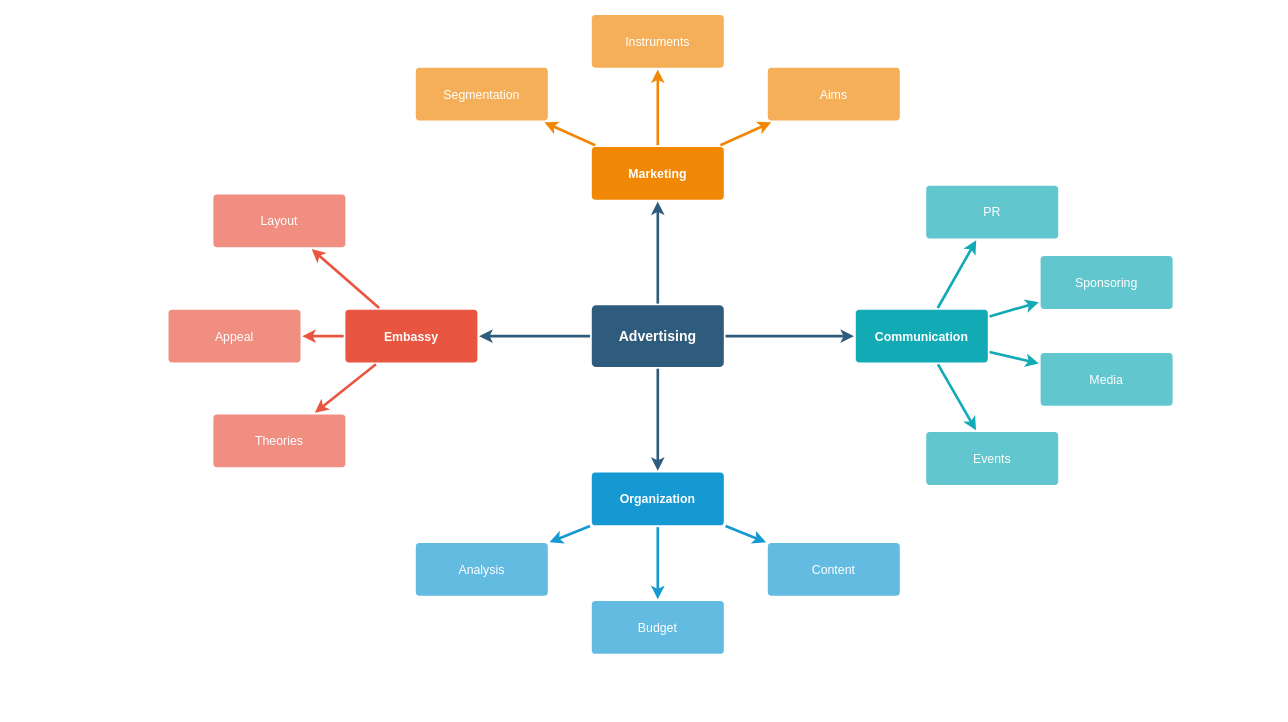
Above: Untitled Diagram.drawio in mcjoseph789/mascotas_app (draw.io), before the change. Source tidied: cells renumbered, new cells numbered last; positions are measured from the earlier drawing's top-left corner, leaving out a move shared by most shapes. Both pictures are drawn from the tidied source at 88%, with x=0, y=0 at pixel (168, 14).
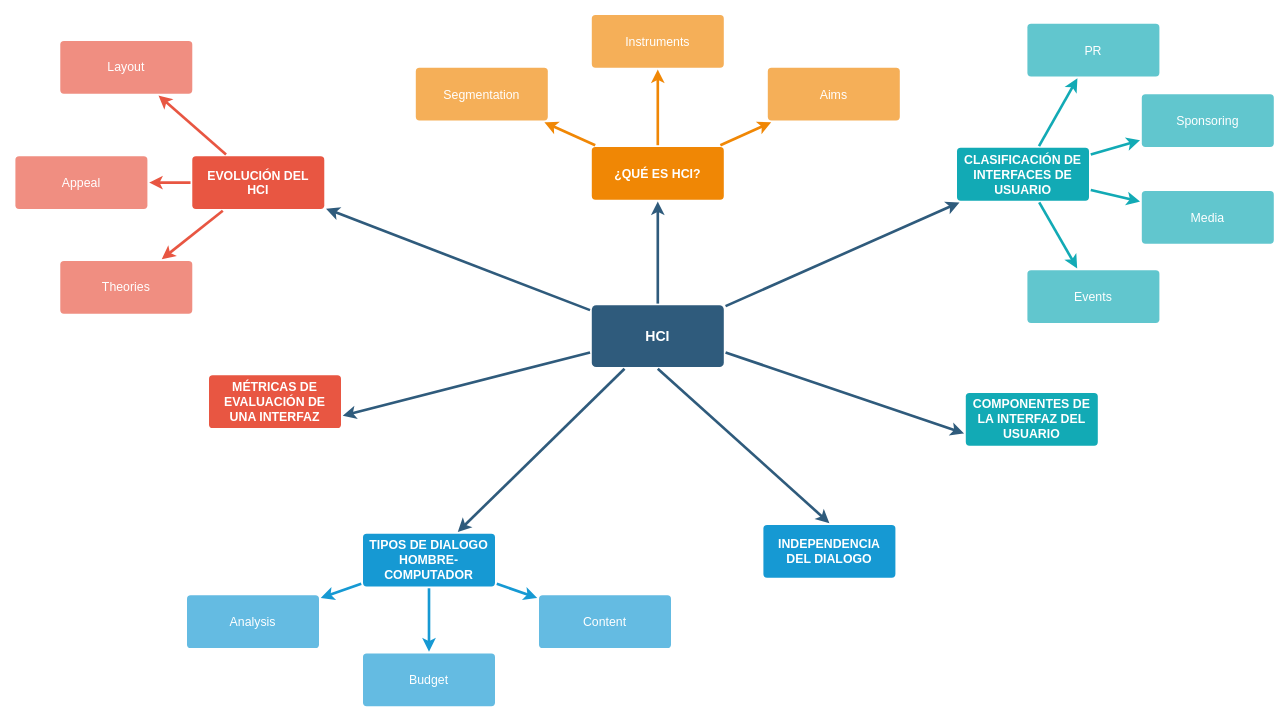
The same page after the edit.

Change to the diagram source:
```diff
@@
-    <mxCell id="6" value="Advertising" style="rounded=1;whiteSpace=wrap;html=1;shadow=0;labelBackgroundColor=none;strokeColor=none;strokeWidth=3;fillColor=#2F5B7C;fontFamily=Helvetica;fontSize=16;fontColor=#FFFFFF;align=center;fontStyle=1;spacing=5;arcSize=7;perimeterSpacing=2;" parent="1" vertex="1">
+    <mxCell id="6" value="HCI" style="rounded=1;whiteSpace=wrap;html=1;shadow=0;labelBackgroundColor=none;strokeColor=none;strokeWidth=3;fillColor=#2F5B7C;fontFamily=Helvetica;fontSize=16;fontColor=#FFFFFF;align=center;fontStyle=1;spacing=5;arcSize=7;perimeterSpacing=2;" parent="1" vertex="1">
       <mxGeometry x="481" y="330.5" width="150" height="70" as="geometry" />
     </mxCell>
@@
-    <mxCell id="10" value="Embassy" style="rounded=1;whiteSpace=wrap;html=1;shadow=0;labelBackgroundColor=none;strokeColor=none;strokeWidth=3;fillColor=#e85642;fontFamily=Helvetica;fontSize=14;fontColor=#FFFFFF;align=center;spacing=5;fontStyle=1;arcSize=7;perimeterSpacing=2;" parent="1" vertex="1">
-      <mxGeometry x="201" y="335.5" width="150" height="60" as="geometry" />
+    <mxCell id="10" value="EVOLUCIÓN DEL HCI" style="rounded=1;whiteSpace=wrap;html=1;shadow=0;labelBackgroundColor=none;strokeColor=none;strokeWidth=3;fillColor=#e85642;fontFamily=Helvetica;fontSize=14;fontColor=#FFFFFF;align=center;spacing=5;fontStyle=1;arcSize=7;perimeterSpacing=2;" parent="1" vertex="1">
+      <mxGeometry x="27" y="161" width="150" height="60" as="geometry" />
     </mxCell>
     <mxCell id="11" value="Theories" style="rounded=1;whiteSpace=wrap;html=1;shadow=0;labelBackgroundColor=none;strokeColor=none;strokeWidth=3;fillColor=#f08e81;fontFamily=Helvetica;fontSize=14;fontColor=#FFFFFF;align=center;spacing=5;fontStyle=0;arcSize=7;perimeterSpacing=2;" parent="1" vertex="1">
-      <mxGeometry x="51" y="454.5" width="150" height="60" as="geometry" />
+      <mxGeometry x="-123" y="280" width="150" height="60" as="geometry" />
     </mxCell>
     <mxCell id="12" value="Appeal" style="rounded=1;whiteSpace=wrap;html=1;shadow=0;labelBackgroundColor=none;strokeColor=none;strokeWidth=3;fillColor=#f08e81;fontFamily=Helvetica;fontSize=14;fontColor=#FFFFFF;align=center;spacing=5;fontStyle=0;arcSize=7;perimeterSpacing=2;" parent="1" vertex="1">
-      <mxGeometry y="335.5" width="150" height="60" as="geometry" />
+      <mxGeometry x="-174" y="161" width="150" height="60" as="geometry" />
     </mxCell>
     <mxCell id="13" value="Layout" style="rounded=1;whiteSpace=wrap;html=1;shadow=0;labelBackgroundColor=none;strokeColor=none;strokeWidth=3;fillColor=#f08e81;fontFamily=Helvetica;fontSize=14;fontColor=#FFFFFF;align=center;spacing=5;fontStyle=0;arcSize=7;perimeterSpacing=2;" parent="1" vertex="1">
-      <mxGeometry x="51" y="204.5" width="150" height="60" as="geometry" />
+      <mxGeometry x="-123" y="30" width="150" height="60" as="geometry" />
     </mxCell>
@@
-    <mxCell id="17" value="Organization" style="rounded=1;whiteSpace=wrap;html=1;shadow=0;labelBackgroundColor=none;strokeColor=none;strokeWidth=3;fillColor=#1699d3;fontFamily=Helvetica;fontSize=14;fontColor=#FFFFFF;align=center;spacing=5;fontStyle=1;arcSize=7;perimeterSpacing=2;" parent="1" vertex="1">
-      <mxGeometry x="481" y="520.5" width="150" height="60" as="geometry" />
+    <mxCell id="17" value="TIPOS DE DIALOGO HOMBRE-COMPUTADOR" style="rounded=1;whiteSpace=wrap;html=1;shadow=0;labelBackgroundColor=none;strokeColor=none;strokeWidth=3;fillColor=#1699d3;fontFamily=Helvetica;fontSize=14;fontColor=#FFFFFF;align=center;spacing=5;fontStyle=1;arcSize=7;perimeterSpacing=2;" parent="1" vertex="1">
+      <mxGeometry x="221" y="590" width="150" height="60" as="geometry" />
     </mxCell>
     <mxCell id="18" value="Content" style="rounded=1;whiteSpace=wrap;html=1;shadow=0;labelBackgroundColor=none;strokeColor=none;strokeWidth=3;fillColor=#64bbe2;fontFamily=Helvetica;fontSize=14;fontColor=#FFFFFF;align=center;spacing=5;arcSize=7;perimeterSpacing=2;" parent="1" vertex="1">
-      <mxGeometry x="681" y="600.5" width="150" height="60" as="geometry" />
+      <mxGeometry x="421" y="660" width="150" height="60" as="geometry" />
     </mxCell>
     <mxCell id="19" value="Budget" style="rounded=1;whiteSpace=wrap;html=1;shadow=0;labelBackgroundColor=none;strokeColor=none;strokeWidth=3;fillColor=#64bbe2;fontFamily=Helvetica;fontSize=14;fontColor=#FFFFFF;align=center;spacing=5;arcSize=7;perimeterSpacing=2;" parent="1" vertex="1">
-      <mxGeometry x="481" y="666.5" width="150" height="60" as="geometry" />
+      <mxGeometry x="221" y="726" width="150" height="60" as="geometry" />
     </mxCell>
     <mxCell id="20" value="Analysis" style="rounded=1;whiteSpace=wrap;html=1;shadow=0;labelBackgroundColor=none;strokeColor=none;strokeWidth=3;fillColor=#64bbe2;fontFamily=Helvetica;fontSize=14;fontColor=#FFFFFF;align=center;spacing=5;arcSize=7;perimeterSpacing=2;" parent="1" vertex="1">
-      <mxGeometry x="281" y="600.5" width="150" height="60" as="geometry" />
+      <mxGeometry x="21" y="660" width="150" height="60" as="geometry" />
     </mxCell>
-    <mxCell id="21" value="Marketing" style="rounded=1;whiteSpace=wrap;html=1;shadow=0;labelBackgroundColor=none;strokeColor=none;strokeWidth=3;fillColor=#F08705;fontFamily=Helvetica;fontSize=14;fontColor=#FFFFFF;align=center;spacing=5;fontStyle=1;arcSize=7;perimeterSpacing=2;" parent="1" vertex="1">
+    <mxCell id="21" value="¿QUÉ ES HCI?" style="rounded=1;whiteSpace=wrap;html=1;shadow=0;labelBackgroundColor=none;strokeColor=none;strokeWidth=3;fillColor=#F08705;fontFamily=Helvetica;fontSize=14;fontColor=#FFFFFF;align=center;spacing=5;fontStyle=1;arcSize=7;perimeterSpacing=2;" parent="1" vertex="1">
       <mxGeometry x="481" y="150.5" width="150" height="60" as="geometry" />
     </mxCell>
@@
-    <mxCell id="28" value="Communication" style="rounded=1;whiteSpace=wrap;html=1;shadow=0;labelBackgroundColor=none;strokeColor=none;strokeWidth=3;fillColor=#12aab5;fontFamily=Helvetica;fontSize=14;fontColor=#FFFFFF;align=center;spacing=5;fontStyle=1;arcSize=7;perimeterSpacing=2;" parent="1" vertex="1">
-      <mxGeometry x="781" y="335.5" width="150" height="60" as="geometry" />
+    <mxCell id="28" value="CLASIFICACIÓN DE INTERFACES DE USUARIO" style="rounded=1;whiteSpace=wrap;html=1;shadow=0;labelBackgroundColor=none;strokeColor=none;strokeWidth=3;fillColor=#12aab5;fontFamily=Helvetica;fontSize=14;fontColor=#FFFFFF;align=center;spacing=5;fontStyle=1;arcSize=7;perimeterSpacing=2;" parent="1" vertex="1">
+      <mxGeometry x="896" y="151.5" width="150" height="60" as="geometry" />
     </mxCell>
     <mxCell id="29" value="Events" style="rounded=1;whiteSpace=wrap;html=1;shadow=0;labelBackgroundColor=none;strokeColor=none;strokeWidth=3;fillColor=#61c6ce;fontFamily=Helvetica;fontSize=14;fontColor=#FFFFFF;align=center;spacing=5;fontStyle=0;arcSize=7;perimeterSpacing=2;" parent="1" vertex="1">
-      <mxGeometry x="861" y="474.5" width="150" height="60" as="geometry" />
+      <mxGeometry x="976" y="290.5" width="150" height="60" as="geometry" />
     </mxCell>
@@
     <mxCell id="31" value="Media" style="rounded=1;whiteSpace=wrap;html=1;shadow=0;labelBackgroundColor=none;strokeColor=none;strokeWidth=3;fillColor=#61c6ce;fontFamily=Helvetica;fontSize=14;fontColor=#FFFFFF;align=center;spacing=5;fontStyle=0;arcSize=7;perimeterSpacing=2;" parent="1" vertex="1">
-      <mxGeometry x="991" y="384.5" width="150" height="60" as="geometry" />
+      <mxGeometry x="1106" y="200.5" width="150" height="60" as="geometry" />
     </mxCell>
@@
     <mxCell id="33" value="Sponsoring" style="rounded=1;whiteSpace=wrap;html=1;shadow=0;labelBackgroundColor=none;strokeColor=none;strokeWidth=3;fillColor=#61c6ce;fontFamily=Helvetica;fontSize=14;fontColor=#FFFFFF;align=center;spacing=5;fontStyle=0;arcSize=7;perimeterSpacing=2;" parent="1" vertex="1">
-      <mxGeometry x="991" y="274.5" width="150" height="60" as="geometry" />
+      <mxGeometry x="1106" y="90.5" width="150" height="60" as="geometry" />
     </mxCell>
@@
     <mxCell id="35" value="PR" style="rounded=1;whiteSpace=wrap;html=1;shadow=0;labelBackgroundColor=none;strokeColor=none;strokeWidth=3;fillColor=#61c6ce;fontFamily=Helvetica;fontSize=14;fontColor=#FFFFFF;align=center;spacing=5;fontStyle=0;arcSize=7;perimeterSpacing=2;" parent="1" vertex="1">
-      <mxGeometry x="861" y="194.5" width="150" height="60" as="geometry" />
+      <mxGeometry x="976" y="10.5" width="150" height="60" as="geometry" />
     </mxCell>
@@
+    <mxCell id="37" value="INDEPENDENCIA DEL DIALOGO" style="rounded=1;whiteSpace=wrap;html=1;shadow=0;labelBackgroundColor=none;strokeColor=none;strokeWidth=3;fillColor=#1699d3;fontFamily=Helvetica;fontSize=14;fontColor=#FFFFFF;align=center;spacing=5;fontStyle=1;arcSize=7;perimeterSpacing=2;" parent="1" vertex="1">
+      <mxGeometry x="676" y="580" width="150" height="60" as="geometry" />
+    </mxCell>
+    <mxCell id="38" style="edgeStyle=none;rounded=0;jumpStyle=none;html=1;shadow=0;labelBackgroundColor=none;startArrow=none;startFill=0;endArrow=classic;endFill=1;jettySize=auto;strokeColor=#2F5B7C;strokeWidth=3;fontFamily=Helvetica;fontSize=16;fontColor=#23445D;spacing=5;exitX=0.5;exitY=1;exitDx=0;exitDy=0;entryX=0.5;entryY=0;entryDx=0;entryDy=0;" parent="1" edge="1" source="6" target="37">
+      <mxGeometry relative="1" as="geometry" />
+    </mxCell>
+    <mxCell id="39" value="COMPONENTES DE LA INTERFAZ DEL USUARIO" style="rounded=1;whiteSpace=wrap;html=1;shadow=0;labelBackgroundColor=none;strokeColor=none;strokeWidth=3;fillColor=#12aab5;fontFamily=Helvetica;fontSize=14;fontColor=#FFFFFF;align=center;spacing=5;fontStyle=1;arcSize=7;perimeterSpacing=2;" parent="1" vertex="1">
+      <mxGeometry x="906" y="430" width="150" height="60" as="geometry" />
+    </mxCell>
+    <mxCell id="40" style="edgeStyle=none;rounded=0;jumpStyle=none;html=1;shadow=0;labelBackgroundColor=none;startArrow=none;startFill=0;endArrow=classic;endFill=1;jettySize=auto;strokeColor=#2F5B7C;strokeWidth=3;fontFamily=Helvetica;fontSize=16;fontColor=#23445D;spacing=5;exitX=1;exitY=0.75;exitDx=0;exitDy=0;entryX=0;entryY=0.75;entryDx=0;entryDy=0;" parent="1" edge="1" source="6" target="39">
+      <mxGeometry relative="1" as="geometry" />
+    </mxCell>
+    <mxCell id="41" value="MÉTRICAS DE EVALUACIÓN DE UNA INTERFAZ" style="rounded=1;whiteSpace=wrap;html=1;shadow=0;labelBackgroundColor=none;strokeColor=none;strokeWidth=3;fillColor=#e85642;fontFamily=Helvetica;fontSize=14;fontColor=#FFFFFF;align=center;spacing=5;fontStyle=1;arcSize=7;perimeterSpacing=2;" parent="1" vertex="1">
+      <mxGeometry x="46" y="410" width="150" height="60" as="geometry" />
+    </mxCell>
+    <mxCell id="42" style="edgeStyle=none;rounded=0;jumpStyle=none;html=1;shadow=0;labelBackgroundColor=none;startArrow=none;startFill=0;endArrow=classic;endFill=1;jettySize=auto;strokeColor=#2F5B7C;strokeWidth=3;fontFamily=Helvetica;fontSize=16;fontColor=#23445D;spacing=5;entryX=1;entryY=0.75;entryDx=0;entryDy=0;exitX=0;exitY=0.75;exitDx=0;exitDy=0;" parent="1" edge="1" source="6" target="41">
+      <mxGeometry relative="1" as="geometry" />
+    </mxCell>
```
